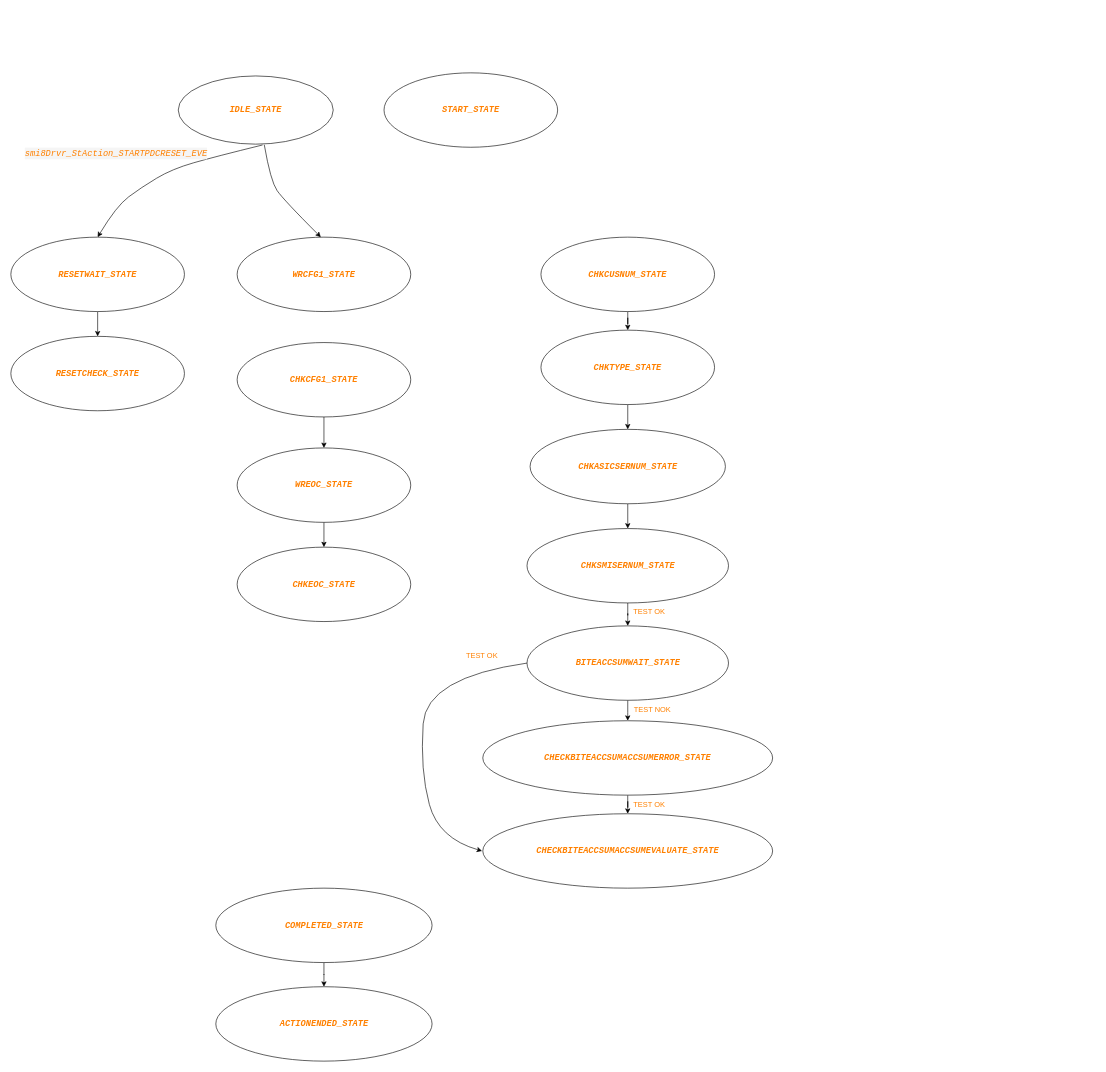
Before: smi8xx_staction.drawio in woshitanwang/pics_procdure, a draw.io diagram. Source tidied: cells renumbered, new cells numbered last; positions are measured from the earlier drawing's top-left corner, leaving out a move shared by most shapes. Both pictures are drawn from the tidied source at 62%, with x=0, y=0 at pixel (11, 73).
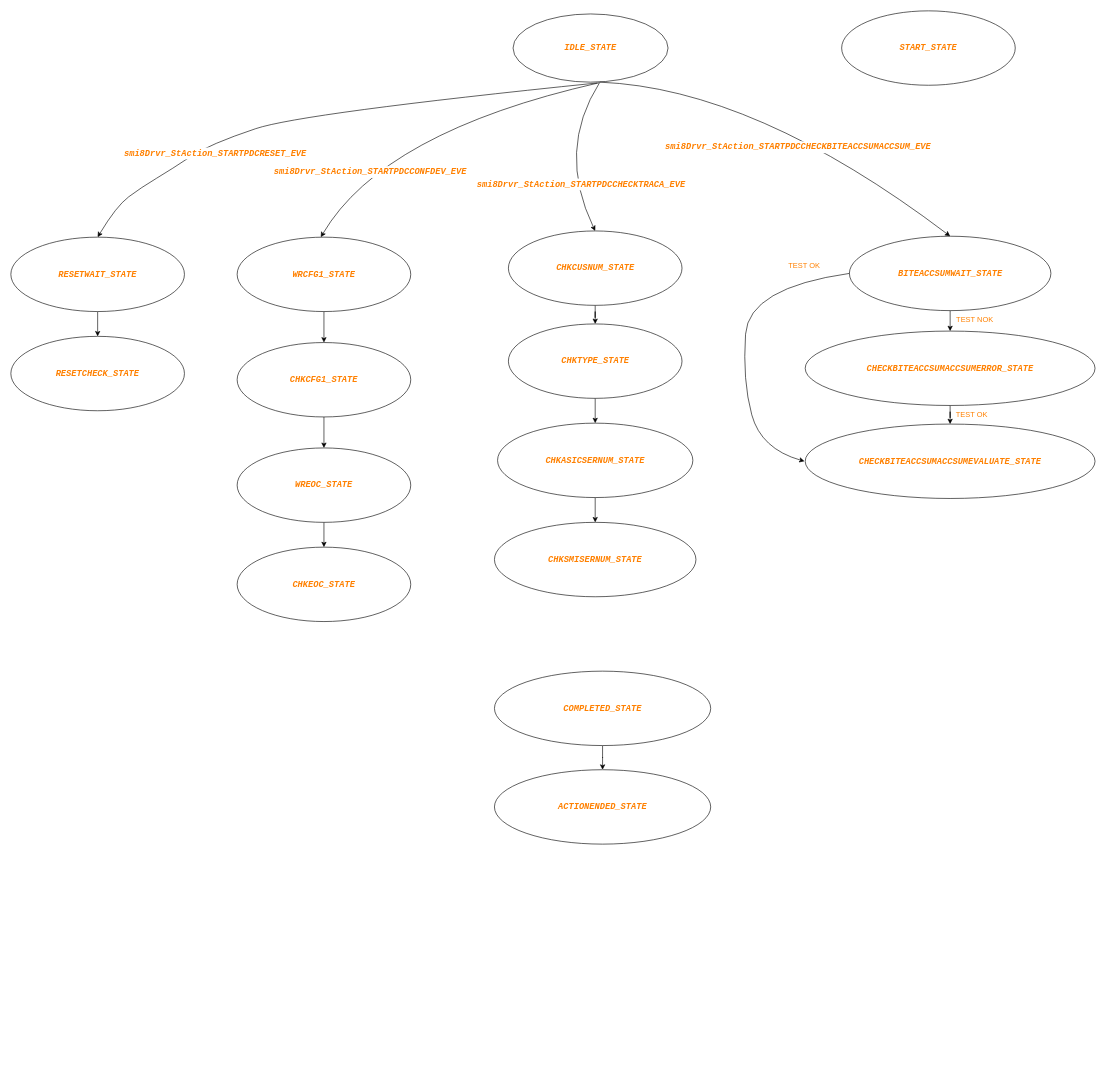
The same page after the edit.

The change refers to these unchanged cells:
```xml
<mxCell id="5" value="&lt;p style=&quot;line-height: 19px&quot;&gt;&lt;font face=&quot;consolas, courier new, monospace&quot;&gt;&lt;span style=&quot;font-size: 14px&quot;&gt;&lt;b&gt;&lt;i&gt;&lt;font color=&quot;#ff8000&quot;&gt;RESETWAIT_STATE&lt;/font&gt;&lt;/i&gt;&lt;/b&gt;&lt;/span&gt;&lt;/font&gt;&lt;br&gt;&lt;/p&gt;" style="ellipse;whiteSpace=wrap;html=1;" parent="1" vertex="1">
  <mxGeometry y="265" width="280" height="120" as="geometry" />
</mxCell>
<mxCell id="7" value="&lt;p style=&quot;line-height: 19px&quot;&gt;&lt;font face=&quot;consolas, courier new, monospace&quot;&gt;&lt;span style=&quot;font-size: 14px&quot;&gt;&lt;b&gt;&lt;i&gt;&lt;font color=&quot;#ff8000&quot;&gt;WRCFG1_STATE&lt;/font&gt;&lt;/i&gt;&lt;/b&gt;&lt;/span&gt;&lt;/font&gt;&lt;br&gt;&lt;/p&gt;" style="ellipse;whiteSpace=wrap;html=1;" parent="1" vertex="1">
  <mxGeometry x="365" y="265" width="280" height="120" as="geometry" />
</mxCell>
<mxCell id="9" value="&lt;p style=&quot;line-height: 19px&quot;&gt;&lt;font face=&quot;consolas, courier new, monospace&quot;&gt;&lt;span style=&quot;font-size: 14px&quot;&gt;&lt;b&gt;&lt;i&gt;&lt;font color=&quot;#ff8000&quot;&gt;CHKCFG1_STATE&lt;/font&gt;&lt;/i&gt;&lt;/b&gt;&lt;/span&gt;&lt;/font&gt;&lt;br&gt;&lt;/p&gt;" style="ellipse;whiteSpace=wrap;html=1;" parent="1" vertex="1">
  <mxGeometry x="365" y="435" width="280" height="120" as="geometry" />
</mxCell>
```

The edit, as a diff of the source:
```diff
@@
     <mxCell id="2" value="&lt;p style=&quot;font-family: &amp;#34;consolas&amp;#34; , &amp;#34;courier new&amp;#34; , monospace ; font-size: 14px ; line-height: 19px&quot;&gt;&lt;span style=&quot;font-style: italic&quot;&gt;&lt;b&gt;&lt;font color=&quot;#ff8000&quot;&gt;IDLE_STATE&lt;/font&gt;&lt;/b&gt;&lt;/span&gt;&lt;/p&gt;" style="ellipse;whiteSpace=wrap;html=1;" parent="1" vertex="1">
-      <mxGeometry x="270" y="5" width="250" height="110" as="geometry" />
+      <mxGeometry x="810" y="-95" width="250" height="110" as="geometry" />
     </mxCell>
     <mxCell id="3" value="&lt;p style=&quot;line-height: 19px&quot;&gt;&lt;font face=&quot;consolas, courier new, monospace&quot;&gt;&lt;span style=&quot;font-size: 14px&quot;&gt;&lt;b&gt;&lt;i&gt;&lt;font color=&quot;#ff8000&quot;&gt;START_STATE&lt;/font&gt;&lt;/i&gt;&lt;/b&gt;&lt;/span&gt;&lt;/font&gt;&lt;br&gt;&lt;/p&gt;" style="ellipse;whiteSpace=wrap;html=1;" parent="1" vertex="1">
-      <mxGeometry x="601.9" width="280" height="120" as="geometry" />
+      <mxGeometry x="1340" y="-100" width="280" height="120" as="geometry" />
     </mxCell>
@@
+    <mxCell id="37" style="edgeStyle=orthogonalEdgeStyle;rounded=0;jettySize=auto;html=1;fontColor=#FF8000;" parent="1" edge="1" source="7" target="9">
+      <mxGeometry relative="1" as="geometry" />
+    </mxCell>
@@
     <mxCell id="14" value="&lt;p style=&quot;line-height: 19px&quot;&gt;&lt;font face=&quot;consolas, courier new, monospace&quot;&gt;&lt;span style=&quot;font-size: 14px&quot;&gt;&lt;b&gt;&lt;i&gt;&lt;font color=&quot;#ff8000&quot;&gt;CHKCUSNUM_STATE&lt;/font&gt;&lt;/i&gt;&lt;/b&gt;&lt;/span&gt;&lt;/font&gt;&lt;br&gt;&lt;/p&gt;" style="ellipse;whiteSpace=wrap;html=1;" parent="1" vertex="1">
-      <mxGeometry x="855" y="265" width="280" height="120" as="geometry" />
+      <mxGeometry x="802.5" y="255" width="280" height="120" as="geometry" />
     </mxCell>
@@
     <mxCell id="16" value="&lt;p style=&quot;line-height: 19px&quot;&gt;&lt;font face=&quot;consolas, courier new, monospace&quot;&gt;&lt;span style=&quot;font-size: 14px&quot;&gt;&lt;b&gt;&lt;i&gt;&lt;font color=&quot;#ff8000&quot;&gt;CHKTYPE_STATE&lt;/font&gt;&lt;/i&gt;&lt;/b&gt;&lt;/span&gt;&lt;/font&gt;&lt;br&gt;&lt;/p&gt;" style="ellipse;whiteSpace=wrap;html=1;" parent="1" vertex="1">
-      <mxGeometry x="855" y="415" width="280" height="120" as="geometry" />
+      <mxGeometry x="802.5" y="405" width="280" height="120" as="geometry" />
     </mxCell>
@@
     <mxCell id="18" value="&lt;p style=&quot;line-height: 19px&quot;&gt;&lt;font face=&quot;consolas, courier new, monospace&quot;&gt;&lt;span style=&quot;font-size: 14px&quot;&gt;&lt;b&gt;&lt;i&gt;&lt;font color=&quot;#ff8000&quot;&gt;CHKASICSERNUM_STATE&lt;/font&gt;&lt;/i&gt;&lt;/b&gt;&lt;/span&gt;&lt;/font&gt;&lt;br&gt;&lt;/p&gt;" style="ellipse;whiteSpace=wrap;html=1;" parent="1" vertex="1">
-      <mxGeometry x="837.5" y="575" width="315" height="120" as="geometry" />
+      <mxGeometry x="785" y="565" width="315" height="120" as="geometry" />
     </mxCell>
-    <mxCell id="19" style="edgeStyle=orthogonalEdgeStyle;rounded=0;jettySize=auto;html=1;fontColor=#FF8000;" parent="1" edge="1" source="20" target="22">
-      <mxGeometry relative="1" as="geometry" />
-    </mxCell>
     <mxCell id="20" value="&lt;p style=&quot;line-height: 19px&quot;&gt;&lt;font face=&quot;consolas, courier new, monospace&quot;&gt;&lt;span style=&quot;font-size: 14px&quot;&gt;&lt;b&gt;&lt;i&gt;&lt;font color=&quot;#ff8000&quot;&gt;CHKSMISERNUM_STATE&lt;/font&gt;&lt;/i&gt;&lt;/b&gt;&lt;/span&gt;&lt;/font&gt;&lt;br&gt;&lt;/p&gt;" style="ellipse;whiteSpace=wrap;html=1;" parent="1" vertex="1">
-      <mxGeometry x="832.5" y="735" width="325" height="120" as="geometry" />
+      <mxGeometry x="780" y="725" width="325" height="120" as="geometry" />
     </mxCell>
@@
     <mxCell id="22" value="&lt;p style=&quot;line-height: 19px&quot;&gt;&lt;font face=&quot;consolas, courier new, monospace&quot;&gt;&lt;span style=&quot;font-size: 14px&quot;&gt;&lt;b&gt;&lt;i&gt;&lt;font color=&quot;#ff8000&quot;&gt;BITEACCSUMWAIT_STATE&lt;/font&gt;&lt;/i&gt;&lt;/b&gt;&lt;/span&gt;&lt;/font&gt;&lt;br&gt;&lt;/p&gt;" style="ellipse;whiteSpace=wrap;html=1;" parent="1" vertex="1">
-      <mxGeometry x="832.5" y="892" width="325" height="120" as="geometry" />
+      <mxGeometry x="1352.5" y="263.5" width="325" height="120" as="geometry" />
     </mxCell>
@@
     <mxCell id="24" value="&lt;p style=&quot;line-height: 19px&quot;&gt;&lt;font face=&quot;consolas, courier new, monospace&quot;&gt;&lt;span style=&quot;font-size: 14px&quot;&gt;&lt;b&gt;&lt;i&gt;&lt;font color=&quot;#ff8000&quot;&gt;CHECKBITEACCSUMACCSUMERROR_STATE&lt;/font&gt;&lt;/i&gt;&lt;/b&gt;&lt;/span&gt;&lt;/font&gt;&lt;br&gt;&lt;/p&gt;" style="ellipse;whiteSpace=wrap;html=1;" parent="1" vertex="1">
-      <mxGeometry x="761.2" y="1045" width="467.5" height="120" as="geometry" />
+      <mxGeometry x="1281.2" y="416.5" width="467.5" height="120" as="geometry" />
     </mxCell>
     <mxCell id="25" value="&lt;p style=&quot;line-height: 19px&quot;&gt;&lt;font face=&quot;consolas, courier new, monospace&quot;&gt;&lt;span style=&quot;font-size: 14px&quot;&gt;&lt;b&gt;&lt;i&gt;&lt;font color=&quot;#ff8000&quot;&gt;CHECKBITEACCSUMACCSUMEVALUATE_STATE&lt;/font&gt;&lt;/i&gt;&lt;/b&gt;&lt;/span&gt;&lt;/font&gt;&lt;br&gt;&lt;/p&gt;" style="ellipse;whiteSpace=wrap;html=1;" parent="1" vertex="1">
-      <mxGeometry x="761.2" y="1195" width="467.5" height="120" as="geometry" />
+      <mxGeometry x="1281.2" y="566.5" width="467.5" height="120" as="geometry" />
     </mxCell>
@@
     <mxCell id="27" value="&lt;p style=&quot;line-height: 19px&quot;&gt;&lt;font face=&quot;consolas, courier new, monospace&quot;&gt;&lt;span style=&quot;font-size: 14px&quot;&gt;&lt;b&gt;&lt;i&gt;&lt;font color=&quot;#ff8000&quot;&gt;COMPLETED_STATE&lt;/font&gt;&lt;/i&gt;&lt;/b&gt;&lt;/span&gt;&lt;/font&gt;&lt;br&gt;&lt;/p&gt;" style="ellipse;whiteSpace=wrap;html=1;" parent="1" vertex="1">
-      <mxGeometry x="330.6" y="1315" width="348.8" height="120" as="geometry" />
+      <mxGeometry x="780" y="965" width="348.8" height="120" as="geometry" />
     </mxCell>
     <mxCell id="28" value="&lt;p style=&quot;line-height: 19px&quot;&gt;&lt;font face=&quot;consolas, courier new, monospace&quot;&gt;&lt;span style=&quot;font-size: 14px&quot;&gt;&lt;b&gt;&lt;i&gt;&lt;font color=&quot;#ff8000&quot;&gt;ACTIONENDED_STATE&lt;/font&gt;&lt;/i&gt;&lt;/b&gt;&lt;/span&gt;&lt;/font&gt;&lt;br&gt;&lt;/p&gt;" style="ellipse;whiteSpace=wrap;html=1;" parent="1" vertex="1">
-      <mxGeometry x="330.6" y="1474" width="348.8" height="120" as="geometry" />
+      <mxGeometry x="780" y="1124" width="348.8" height="120" as="geometry" />
     </mxCell>
     <mxCell id="29" style="curved=1;endArrow=classic;html=1;rounded=0;fontColor=#FF8000;exitX=0;exitY=0.5;exitDx=0;exitDy=0;" parent="1" edge="1" source="22">
       <mxGeometry relative="1" as="geometry">
-        <mxPoint x="760" y="1255" as="targetPoint" />
+        <mxPoint x="1280" y="626.5" as="targetPoint" />
         <Array as="points">
-          <mxPoint x="670" y="975" />
-          <mxPoint x="660" y="1125" />
-          <mxPoint x="690" y="1235" />
+          <mxPoint x="1190" y="346.5" />
+          <mxPoint x="1180" y="496.5" />
+          <mxPoint x="1210" y="606.5" />
         </Array>
       </mxGeometry>
     </mxCell>
     <mxCell id="30" value="TEST OK" style="text;html=1;strokeColor=none;fillColor=none;align=center;verticalAlign=middle;whiteSpace=wrap;rounded=0;labelBackgroundColor=none;fontColor=#FF8000;" parent="1" vertex="1">
-      <mxGeometry x="730" y="925" width="60" height="30" as="geometry" />
+      <mxGeometry x="1250" y="296.5" width="60" height="30" as="geometry" />
     </mxCell>
     <mxCell id="31" value="TEST OK" style="text;html=1;strokeColor=none;fillColor=none;align=center;verticalAlign=middle;whiteSpace=wrap;rounded=0;labelBackgroundColor=none;fontColor=#FF8000;" parent="1" vertex="1">
-      <mxGeometry x="1000" y="1165" width="60" height="30" as="geometry" />
+      <mxGeometry x="1520" y="536.5" width="60" height="30" as="geometry" />
     </mxCell>
-    <mxCell id="32" value="TEST OK" style="text;html=1;strokeColor=none;fillColor=none;align=center;verticalAlign=middle;whiteSpace=wrap;rounded=0;labelBackgroundColor=none;fontColor=#FF8000;" parent="1" vertex="1">
-      <mxGeometry x="1000" y="855" width="60" height="30" as="geometry" />
-    </mxCell>
     <mxCell id="33" value="TEST NOK" style="text;html=1;strokeColor=none;fillColor=none;align=center;verticalAlign=middle;whiteSpace=wrap;rounded=0;labelBackgroundColor=none;fontColor=#FF8000;" parent="1" vertex="1">
-      <mxGeometry x="1000" y="1012" width="70" height="30" as="geometry" />
+      <mxGeometry x="1520" y="383.5" width="70" height="30" as="geometry" />
     </mxCell>
     <mxCell id="34" style="curved=1;endArrow=classic;html=1;rounded=0;fontColor=#FF8000;exitX=0.544;exitY=1.012;exitDx=0;exitDy=0;exitPerimeter=0;entryX=0.5;entryY=0;entryDx=0;entryDy=0;" parent="1" edge="1" source="2" target="5">
       <mxGeometry relative="1" as="geometry">
         <Array as="points">
-          <mxPoint x="330" y="135" />
+          <mxPoint x="470" y="65" />
+          <mxPoint x="320" y="115" />
           <mxPoint x="260" y="155" />
           <mxPoint x="210" y="185" />
           <mxPoint x="170" y="215" />
         </Array>
       </mxGeometry>
     </mxCell>
-    <mxCell id="35" value="&lt;div style=&quot;background-color: rgb(245, 245, 245); font-family: consolas, &amp;quot;courier new&amp;quot;, monospace; font-size: 14px; line-height: 19px;&quot;&gt;&lt;span style=&quot;font-style: italic;&quot;&gt;smi8Drvr_StAction_STARTPDCRESET_EVE&lt;/span&gt;&lt;/div&gt;" style="text;html=1;strokeColor=none;fillColor=none;align=center;verticalAlign=middle;whiteSpace=wrap;rounded=0;labelBackgroundColor=none;fontColor=#FF8000;" parent="1" vertex="1">
-      <mxGeometry x="20" y="115" width="300" height="30" as="geometry" />
+    <mxCell id="35" value="&lt;div style=&quot;font-family: consolas, &amp;quot;courier new&amp;quot;, monospace; font-size: 14px; line-height: 19px;&quot;&gt;&lt;span style=&quot;font-style: italic;&quot;&gt;smi8Drvr_StAction_STARTPDCRESET_EVE&lt;/span&gt;&lt;/div&gt;" style="text;html=1;strokeColor=none;fillColor=none;align=center;verticalAlign=middle;whiteSpace=wrap;rounded=0;labelBackgroundColor=default;fontColor=#FF8000;fontStyle=1;" parent="1" vertex="1">
+      <mxGeometry x="180" y="115" width="300" height="30" as="geometry" />
     </mxCell>
     <mxCell id="36" style="curved=1;endArrow=classic;html=1;rounded=0;fontColor=#FF8000;exitX=0.555;exitY=1.009;exitDx=0;exitDy=0;exitPerimeter=0;entryX=0.482;entryY=0;entryDx=0;entryDy=0;entryPerimeter=0;" parent="1" edge="1" source="2" target="7">
       <mxGeometry relative="1" as="geometry">
         <Array as="points">
-          <mxPoint x="419" y="175" />
-          <mxPoint x="440" y="205" />
+          <mxPoint x="600" y="95" />
         </Array>
       </mxGeometry>
     </mxCell>
+    <mxCell id="38" value="&lt;div style=&quot;font-family: consolas, &amp;quot;courier new&amp;quot;, monospace; font-size: 14px; line-height: 19px;&quot;&gt;&lt;span style=&quot;font-style: italic;&quot;&gt;smi8Drvr_StAction_STARTPDCCONFDEV_EVE&lt;/span&gt;&lt;/div&gt;" style="text;html=1;strokeColor=none;fillColor=none;align=center;verticalAlign=middle;whiteSpace=wrap;rounded=0;labelBackgroundColor=default;fontColor=#FF8000;fontStyle=1;" parent="1" vertex="1">
+      <mxGeometry x="420" y="145" width="320" height="30" as="geometry" />
+    </mxCell>
+    <mxCell id="39" style="curved=1;endArrow=classic;html=1;rounded=0;fontColor=#FF8000;entryX=0.5;entryY=0;entryDx=0;entryDy=0;" parent="1" edge="1" target="14">
+      <mxGeometry relative="1" as="geometry">
+        <mxPoint x="950" y="15" as="sourcePoint" />
+        <Array as="points">
+          <mxPoint x="880" y="125" />
+        </Array>
+      </mxGeometry>
+    </mxCell>
+    <mxCell id="40" value="&lt;div style=&quot;font-family: &amp;quot;consolas&amp;quot; , &amp;quot;courier new&amp;quot; , monospace ; font-size: 14px ; line-height: 19px&quot;&gt;&lt;div style=&quot;font-family: consolas, &amp;quot;courier new&amp;quot;, monospace; line-height: 19px;&quot;&gt;&lt;span style=&quot;font-style: italic;&quot;&gt;smi8Drvr_StAction_STARTPDCCHECKTRACA_EVE&lt;/span&gt;&lt;/div&gt;&lt;/div&gt;" style="text;html=1;strokeColor=none;fillColor=none;align=center;verticalAlign=middle;whiteSpace=wrap;rounded=0;labelBackgroundColor=default;fontColor=#FF8000;fontStyle=1;" parent="1" vertex="1">
+      <mxGeometry x="760" y="165" width="320" height="30" as="geometry" />
+    </mxCell>
+    <mxCell id="41" style="curved=1;endArrow=classic;html=1;rounded=0;fontColor=#FF8000;entryX=0.5;entryY=0;entryDx=0;entryDy=0;" parent="1" edge="1" target="22">
+      <mxGeometry relative="1" as="geometry">
+        <mxPoint x="950" y="15" as="sourcePoint" />
+        <Array as="points">
+          <mxPoint x="1200" y="25" />
+        </Array>
+      </mxGeometry>
+    </mxCell>
+    <mxCell id="42" value="&lt;div style=&quot;font-family: &amp;quot;consolas&amp;quot; , &amp;quot;courier new&amp;quot; , monospace ; font-size: 14px ; line-height: 19px&quot;&gt;&lt;div style=&quot;font-family: &amp;quot;consolas&amp;quot; , &amp;quot;courier new&amp;quot; , monospace ; line-height: 19px&quot;&gt;&lt;div style=&quot;font-family: consolas, &amp;quot;courier new&amp;quot;, monospace; line-height: 19px;&quot;&gt;&lt;span style=&quot;font-style: italic;&quot;&gt;smi8Drvr_StAction_STARTPDCCHECKBITEACCSUMACCSUM_EVE&lt;/span&gt;&lt;/div&gt;&lt;/div&gt;&lt;/div&gt;" style="text;html=1;strokeColor=none;fillColor=none;align=center;verticalAlign=middle;whiteSpace=wrap;rounded=0;labelBackgroundColor=default;fontColor=#FF8000;fontStyle=1;" parent="1" vertex="1">
+      <mxGeometry x="1110" y="105" width="320" height="30" as="geometry" />
+    </mxCell>
```
